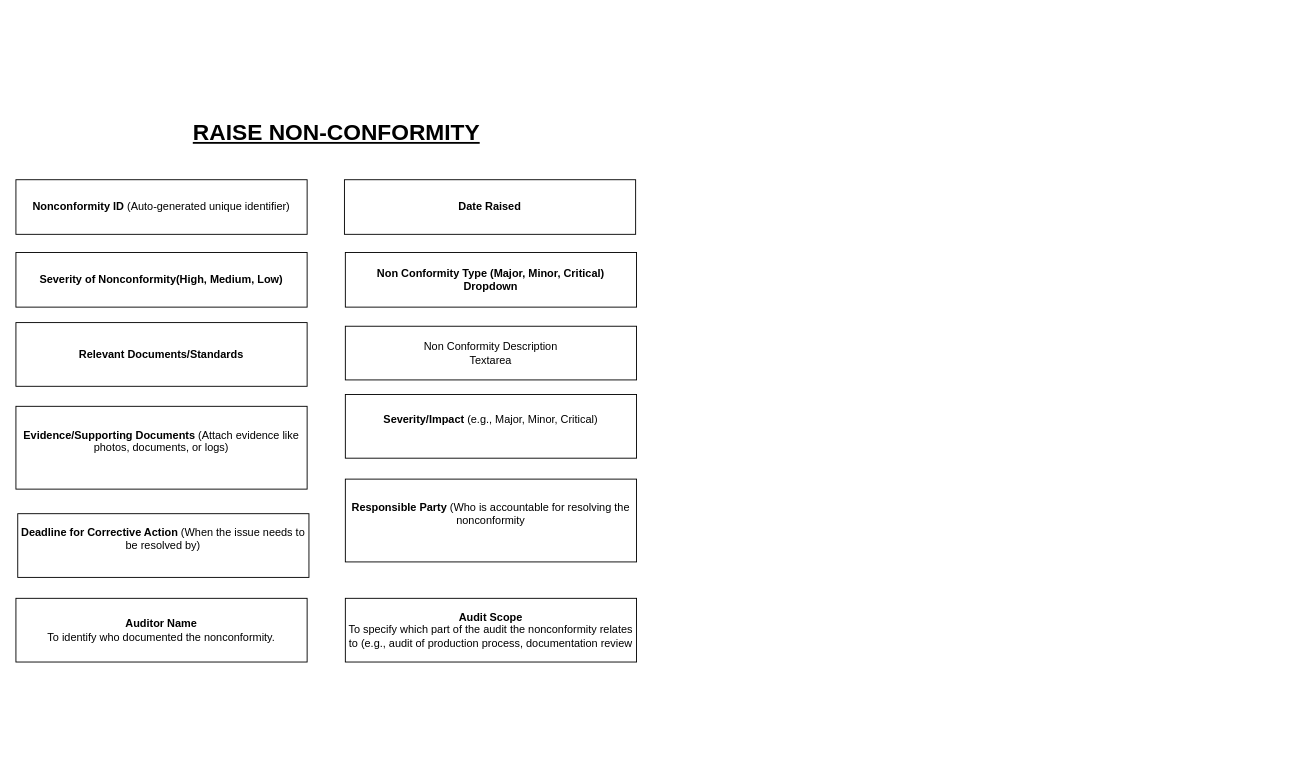
Earlier version of the draw.io diagram page "Raise Non - Conformity" (4 of 28) of Untitled Diagram.drawio (AvikM1996/draw.io). Source tidied: cells renumbered, new cells numbered last; positions are measured from the earlier drawing's top-left corner, leaving out a move shared by most shapes. Both pictures are drawn from the tidied source at 91%, with x=0, y=0 at pixel (15, 113).
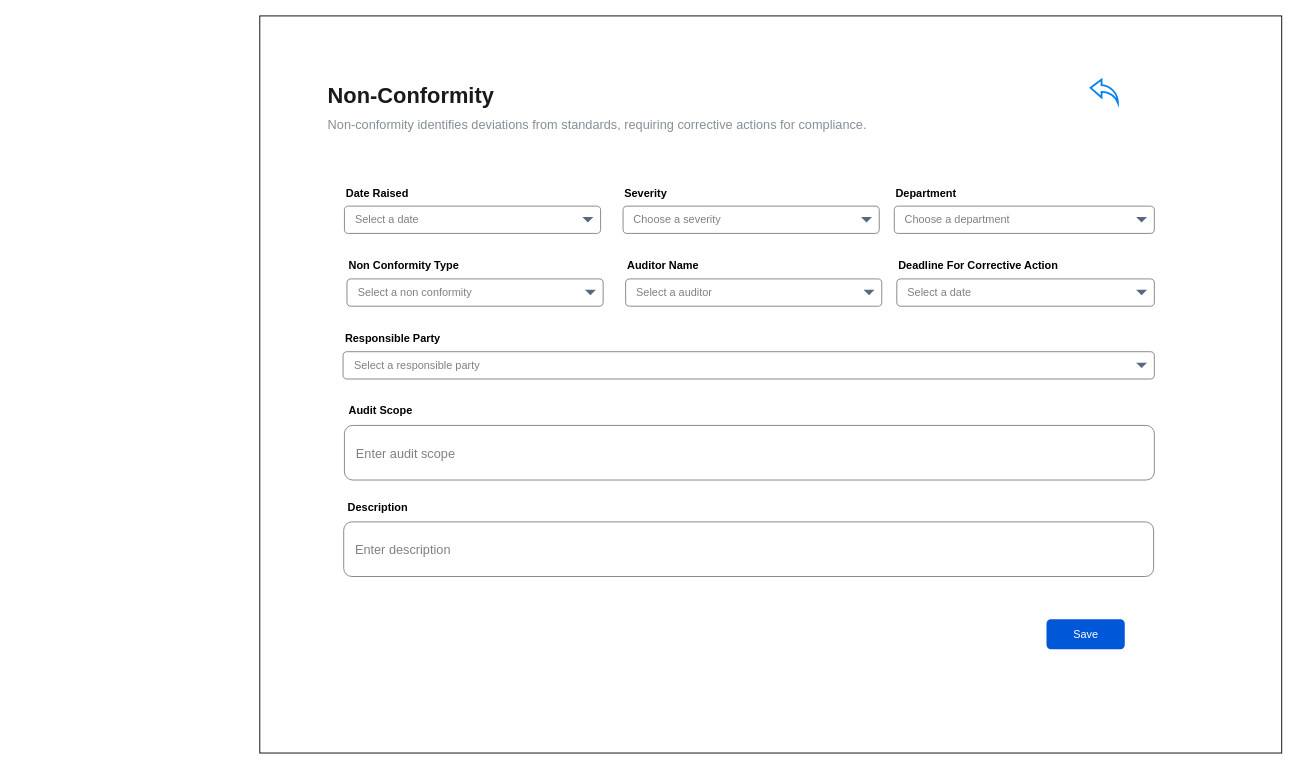
Above is the later version.

Change to the diagram source:
```diff
@@
-    <mxCell id="2" value="&lt;font style=&quot;font-size: 25px;&quot;&gt;&lt;b&gt;&lt;u&gt;RAISE NON-CONFORMITY&lt;/u&gt;&lt;/b&gt;&lt;/font&gt;" style="text;html=1;align=center;verticalAlign=middle;strokeColor=none;fillColor=none;" parent="1" vertex="1">
-      <mxGeometry x="182" width="340" height="40" as="geometry" />
-    </mxCell>
-    <mxCell id="3" value="&lt;strong&gt;Nonconformity ID&lt;/strong&gt;&amp;nbsp;(Auto-generated unique identifier)" style="rounded=0;whiteSpace=wrap;html=1;" parent="1" vertex="1">
-      <mxGeometry y="73" width="320" height="60" as="geometry" />
-    </mxCell>
-    <mxCell id="4" value="&lt;b&gt;Non Conformity Type (Major, Minor, Critical)&lt;br&gt;Dropdown&lt;/b&gt;" style="rounded=0;whiteSpace=wrap;html=1;" parent="1" vertex="1">
-      <mxGeometry x="362" y="153" width="320" height="60" as="geometry" />
-    </mxCell>
-    <mxCell id="5" value="&lt;b&gt;Severity of Nonconformity(High, Medium, Low)&lt;/b&gt;" style="rounded=0;whiteSpace=wrap;html=1;" parent="1" vertex="1">
-      <mxGeometry y="153" width="320" height="60" as="geometry" />
-    </mxCell>
-    <mxCell id="6" value="Non Conformity Description&lt;br&gt;Textarea" style="rounded=0;whiteSpace=wrap;html=1;" parent="1" vertex="1">
-      <mxGeometry x="362" y="234" width="320" height="59" as="geometry" />
-    </mxCell>
-    <mxCell id="7" value="&lt;b&gt;Relevant Documents/Standards&lt;/b&gt;" style="rounded=0;whiteSpace=wrap;html=1;" parent="1" vertex="1">
-      <mxGeometry y="230" width="320" height="70" as="geometry" />
-    </mxCell>
-    <mxCell id="8" value="&#10;&lt;strong&gt;Severity/Impact&lt;/strong&gt; (e.g., Major, Minor, Critical)&#10;&#10;" style="rounded=0;whiteSpace=wrap;html=1;" parent="1" vertex="1">
-      <mxGeometry x="362" y="309" width="320" height="70" as="geometry" />
-    </mxCell>
-    <mxCell id="9" value="&#10;&lt;strong&gt;Evidence/Supporting Documents&lt;/strong&gt; (Attach evidence like photos, documents, or logs)&#10;&#10;" style="rounded=0;whiteSpace=wrap;html=1;" parent="1" vertex="1">
-      <mxGeometry y="322" width="320" height="91" as="geometry" />
-    </mxCell>
-    <mxCell id="10" value="&#10;&lt;strong&gt;Responsible Party&lt;/strong&gt; (Who is accountable for resolving the nonconformity&#10;&#10;" style="rounded=0;whiteSpace=wrap;html=1;" parent="1" vertex="1">
-      <mxGeometry x="362" y="402" width="320" height="91" as="geometry" />
-    </mxCell>
-    <mxCell id="11" value="&#10;&lt;strong&gt;Deadline for Corrective Action&lt;/strong&gt; (When the issue needs to be resolved by)&#10;&#10;" style="rounded=0;whiteSpace=wrap;html=1;" parent="1" vertex="1">
-      <mxGeometry x="2" y="440" width="320" height="70" as="geometry" />
-    </mxCell>
+    <mxCell id="15" style="rounded=0;whiteSpace=wrap;html=1;" parent="1" vertex="1">
+      <mxGeometry x="268" y="-107" width="1123" height="810" as="geometry" />
+    </mxCell>
+    <mxCell id="16" value="&lt;div&gt;&lt;br&gt;&lt;/div&gt;" style="rounded=1;whiteSpace=wrap;html=1;align=left;gradientColor=none;strokeWidth=1;strokeColor=#808080;" parent="1" vertex="1">
+      <mxGeometry x="361" y="343" width="890" height="60" as="geometry" />
+    </mxCell>
+    <mxCell id="17" value="&lt;font color=&quot;#808080&quot; style=&quot;font-size: 14px;&quot;&gt;Enter audit scope&lt;/font&gt;" style="text;html=1;align=left;verticalAlign=middle;whiteSpace=wrap;rounded=0;" parent="1" vertex="1">
+      <mxGeometry x="372" y="360" width="199" height="28" as="geometry" />
+    </mxCell>
+    <mxCell id="18" value="&lt;div style=&quot;&quot;&gt;&lt;b&gt;Audit Scope&lt;/b&gt;&lt;/div&gt;" style="text;html=1;align=left;verticalAlign=middle;whiteSpace=wrap;rounded=0;" parent="1" vertex="1">
+      <mxGeometry x="363.5" y="307" width="315" height="40" as="geometry" />
+    </mxCell>
-    <mxCell id="12" value="&lt;b&gt;Date Raised&lt;/b&gt;" style="rounded=0;whiteSpace=wrap;html=1;" parent="1" vertex="1">
-      <mxGeometry x="361" y="73" width="320" height="60" as="geometry" />
+    <mxCell id="12" value="&lt;div style=&quot;&quot;&gt;&lt;b&gt;Date Raised&lt;/b&gt;&lt;/div&gt;" style="text;html=1;align=left;verticalAlign=middle;whiteSpace=wrap;rounded=0;" parent="1" vertex="1">
+      <mxGeometry x="361" y="73" width="280" height="30" as="geometry" />
     </mxCell>
-    <mxCell id="13" value="&lt;b&gt;Auditor Name&lt;/b&gt;&lt;br&gt;To identify who documented the nonconformity." style="rounded=0;whiteSpace=wrap;html=1;" parent="1" vertex="1">
-      <mxGeometry y="533" width="320" height="70" as="geometry" />
-    </mxCell>
-    <mxCell id="14" value="&lt;b&gt;Audit Scope&lt;/b&gt;&lt;br&gt;To specify which part of the audit the nonconformity relates to (e.g., audit of production process, documentation review" style="rounded=0;whiteSpace=wrap;html=1;" parent="1" vertex="1">
-      <mxGeometry x="362" y="533" width="320" height="70" as="geometry" />
-    </mxCell>
+    <mxCell id="19" value="&lt;font color=&quot;#808080&quot;&gt;Select a date&lt;/font&gt;" style="rounded=1;html=1;whiteSpace=wrap;align=left;fontSize=12;spacingLeft=10;sketch=0;strokeColor=#808080;" parent="1" vertex="1">
+      <mxGeometry x="361" y="102" width="281.5" height="30" as="geometry" />
+    </mxCell>
+    <mxCell id="20" style="shape=triangle;direction=south;fillColor=#596780;strokeColor=none;html=1;sketch=0;" parent="19" vertex="1">
+      <mxGeometry x="1" y="0.5" width="12" height="6" relative="1" as="geometry">
+        <mxPoint x="-20" y="-3" as="offset" />
+      </mxGeometry>
+    </mxCell>
+    <mxCell id="21" value="Save" style="rounded=1;fillColor=#0057D8;strokeColor=none;html=1;whiteSpace=wrap;fontColor=#ffffff;align=center;verticalAlign=middle;fontStyle=0;fontSize=12;sketch=0;" parent="1" vertex="1">
+      <mxGeometry x="1132.5" y="556" width="86" height="33" as="geometry" />
+    </mxCell>
+    <mxCell id="22" value="&lt;h1 style=&quot;margin-top: 0px; line-height: 90%;&quot;&gt;&lt;font color=&quot;#1a1a1a&quot;&gt;Non-Conformity&lt;/font&gt;&lt;/h1&gt;&lt;p style=&quot;line-height: 90%;&quot;&gt;&lt;span style=&quot;color: rgb(134, 142, 150); font-family: latoRegular; font-size: 14px; background-color: rgb(255, 255, 255);&quot;&gt;Non-conformity identifies deviations from standards, requiring corrective actions for compliance.&lt;/span&gt;&lt;/p&gt;" style="text;html=1;whiteSpace=wrap;overflow=hidden;rounded=0;" parent="1" vertex="1">
+      <mxGeometry x="341" y="-37" width="770" height="80" as="geometry" />
+    </mxCell>
+    <mxCell id="23" style="html=1;verticalLabelPosition=bottom;align=center;labelBackgroundColor=#ffffff;verticalAlign=top;strokeWidth=2;strokeColor=#0080F0;shadow=0;dashed=0;shape=mxgraph.ios7.icons.back;" parent="1" vertex="1">
+      <mxGeometry x="1181" y="-37" width="30" height="25.5" as="geometry" />
+    </mxCell>
+    <mxCell id="24" value="&lt;div style=&quot;&quot;&gt;&lt;b&gt;Severity&lt;/b&gt;&lt;/div&gt;" style="text;html=1;align=left;verticalAlign=middle;whiteSpace=wrap;rounded=0;" parent="1" vertex="1">
+      <mxGeometry x="667.2" y="73" width="278.8" height="30" as="geometry" />
+    </mxCell>
+    <mxCell id="25" value="&lt;font color=&quot;#808080&quot;&gt;Choose a severity&lt;/font&gt;" style="rounded=1;html=1;whiteSpace=wrap;align=left;fontSize=12;spacingLeft=10;sketch=0;strokeColor=#808080;" parent="1" vertex="1">
+      <mxGeometry x="667.2" y="102" width="281.5" height="30" as="geometry" />
+    </mxCell>
+    <mxCell id="26" style="shape=triangle;direction=south;fillColor=#596780;strokeColor=none;html=1;sketch=0;" parent="25" vertex="1">
+      <mxGeometry x="1" y="0.5" width="12" height="6" relative="1" as="geometry">
+        <mxPoint x="-20" y="-3" as="offset" />
+      </mxGeometry>
+    </mxCell>
+    <mxCell id="27" value="&lt;div style=&quot;&quot;&gt;&lt;b&gt;Department&lt;/b&gt;&lt;/div&gt;" style="text;html=1;align=left;verticalAlign=middle;whiteSpace=wrap;rounded=0;" parent="1" vertex="1">
+      <mxGeometry x="965.2" y="73" width="278.8" height="30" as="geometry" />
+    </mxCell>
+    <mxCell id="28" value="&lt;font color=&quot;#808080&quot;&gt;Choose a department&lt;/font&gt;" style="rounded=1;html=1;whiteSpace=wrap;align=left;fontSize=12;spacingLeft=10;sketch=0;strokeColor=#808080;" parent="1" vertex="1">
+      <mxGeometry x="965.2" y="102" width="285.8" height="30" as="geometry" />
+    </mxCell>
+    <mxCell id="29" style="shape=triangle;direction=south;fillColor=#596780;strokeColor=none;html=1;sketch=0;" parent="28" vertex="1">
+      <mxGeometry x="1" y="0.5" width="12" height="6" relative="1" as="geometry">
+        <mxPoint x="-20" y="-3" as="offset" />
+      </mxGeometry>
+    </mxCell>
+    <mxCell id="30" value="&lt;div style=&quot;&quot;&gt;&lt;b&gt;Non Conformity Type&lt;/b&gt;&lt;/div&gt;" style="text;html=1;align=left;verticalAlign=middle;whiteSpace=wrap;rounded=0;" parent="1" vertex="1">
+      <mxGeometry x="363.8" y="153" width="280" height="30" as="geometry" />
+    </mxCell>
+    <mxCell id="31" value="&lt;font color=&quot;#808080&quot;&gt;Select a non conformity&lt;/font&gt;" style="rounded=1;html=1;whiteSpace=wrap;align=left;fontSize=12;spacingLeft=10;sketch=0;strokeColor=#808080;" parent="1" vertex="1">
+      <mxGeometry x="363.8" y="182" width="281.5" height="30" as="geometry" />
+    </mxCell>
+    <mxCell id="32" style="shape=triangle;direction=south;fillColor=#596780;strokeColor=none;html=1;sketch=0;" parent="31" vertex="1">
+      <mxGeometry x="1" y="0.5" width="12" height="6" relative="1" as="geometry">
+        <mxPoint x="-20" y="-3" as="offset" />
+      </mxGeometry>
+    </mxCell>
+    <mxCell id="33" value="&lt;div style=&quot;&quot;&gt;&lt;b&gt;Auditor Name&lt;/b&gt;&lt;/div&gt;" style="text;html=1;align=left;verticalAlign=middle;whiteSpace=wrap;rounded=0;" parent="1" vertex="1">
+      <mxGeometry x="670" y="153" width="278.8" height="30" as="geometry" />
+    </mxCell>
+    <mxCell id="34" value="&lt;font color=&quot;#808080&quot;&gt;Select a auditor&lt;/font&gt;" style="rounded=1;html=1;whiteSpace=wrap;align=left;fontSize=12;spacingLeft=10;sketch=0;strokeColor=#808080;" parent="1" vertex="1">
+      <mxGeometry x="670" y="182" width="281.5" height="30" as="geometry" />
+    </mxCell>
+    <mxCell id="35" style="shape=triangle;direction=south;fillColor=#596780;strokeColor=none;html=1;sketch=0;" parent="34" vertex="1">
+      <mxGeometry x="1" y="0.5" width="12" height="6" relative="1" as="geometry">
+        <mxPoint x="-20" y="-3" as="offset" />
+      </mxGeometry>
+    </mxCell>
+    <mxCell id="36" value="&lt;div style=&quot;&quot;&gt;&lt;b&gt;Deadline For Corrective Action&lt;/b&gt;&lt;/div&gt;" style="text;html=1;align=left;verticalAlign=middle;whiteSpace=wrap;rounded=0;" parent="1" vertex="1">
+      <mxGeometry x="968" y="153" width="278.8" height="30" as="geometry" />
+    </mxCell>
+    <mxCell id="37" value="&lt;span style=&quot;color: rgb(128, 128, 128);&quot;&gt;Select a date&lt;/span&gt;" style="rounded=1;html=1;whiteSpace=wrap;align=left;fontSize=12;spacingLeft=10;sketch=0;strokeColor=#808080;" parent="1" vertex="1">
+      <mxGeometry x="968" y="182" width="283" height="30" as="geometry" />
+    </mxCell>
+    <mxCell id="38" style="shape=triangle;direction=south;fillColor=#596780;strokeColor=none;html=1;sketch=0;" parent="37" vertex="1">
+      <mxGeometry x="1" y="0.5" width="12" height="6" relative="1" as="geometry">
+        <mxPoint x="-20" y="-3" as="offset" />
+      </mxGeometry>
+    </mxCell>
+    <mxCell id="39" value="&lt;div style=&quot;&quot;&gt;&lt;b&gt;Responsible Party&lt;/b&gt;&lt;/div&gt;" style="text;html=1;align=left;verticalAlign=middle;whiteSpace=wrap;rounded=0;" parent="1" vertex="1">
+      <mxGeometry x="359.5" y="233" width="891.5" height="30" as="geometry" />
+    </mxCell>
+    <mxCell id="40" value="&lt;font color=&quot;#808080&quot;&gt;Select a responsible party&lt;/font&gt;" style="rounded=1;html=1;whiteSpace=wrap;align=left;fontSize=12;spacingLeft=10;sketch=0;strokeColor=#808080;" parent="1" vertex="1">
+      <mxGeometry x="359.5" y="262" width="891.5" height="30" as="geometry" />
+    </mxCell>
+    <mxCell id="41" style="shape=triangle;direction=south;fillColor=#596780;strokeColor=none;html=1;sketch=0;" parent="40" vertex="1">
+      <mxGeometry x="1" y="0.5" width="12" height="6" relative="1" as="geometry">
+        <mxPoint x="-20" y="-3" as="offset" />
+      </mxGeometry>
+    </mxCell>
+    <mxCell id="42" value="&lt;div&gt;&lt;br&gt;&lt;/div&gt;" style="rounded=1;whiteSpace=wrap;html=1;align=left;gradientColor=none;strokeWidth=1;strokeColor=#808080;" parent="1" vertex="1">
+      <mxGeometry x="360.2" y="449" width="890" height="60" as="geometry" />
+    </mxCell>
+    <mxCell id="43" value="&lt;font color=&quot;#808080&quot; style=&quot;font-size: 14px;&quot;&gt;Enter description&lt;/font&gt;" style="text;html=1;align=left;verticalAlign=middle;whiteSpace=wrap;rounded=0;" parent="1" vertex="1">
+      <mxGeometry x="371.2" y="466" width="199" height="28" as="geometry" />
+    </mxCell>
+    <mxCell id="44" value="&lt;div style=&quot;&quot;&gt;&lt;b&gt;Description&lt;/b&gt;&lt;/div&gt;" style="text;html=1;align=left;verticalAlign=middle;whiteSpace=wrap;rounded=0;" parent="1" vertex="1">
+      <mxGeometry x="362.8" y="413" width="315" height="40" as="geometry" />
+    </mxCell>
```
